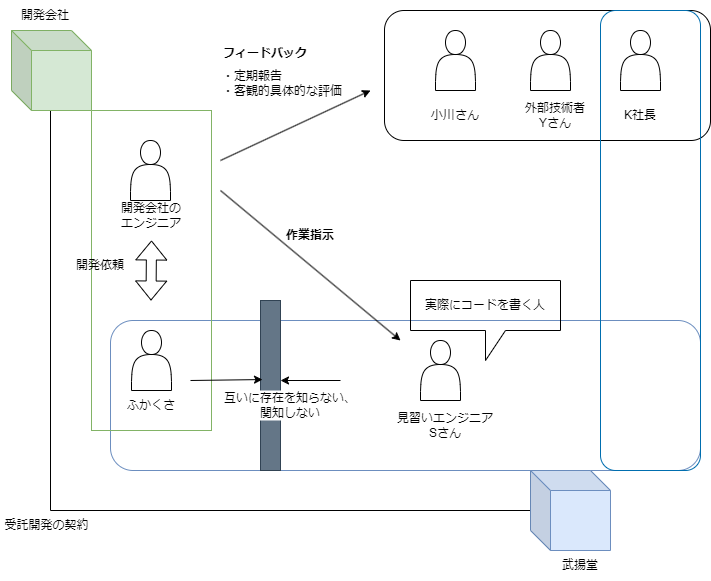
Before: 提案概要.drawio.png, a diagram exported from draw.io (buyodo/webgis-doc). Source tidied: cells renumbered, new cells last; positions are measured from the earlier drawing's top-left corner, leaving out a move shared by most shapes.
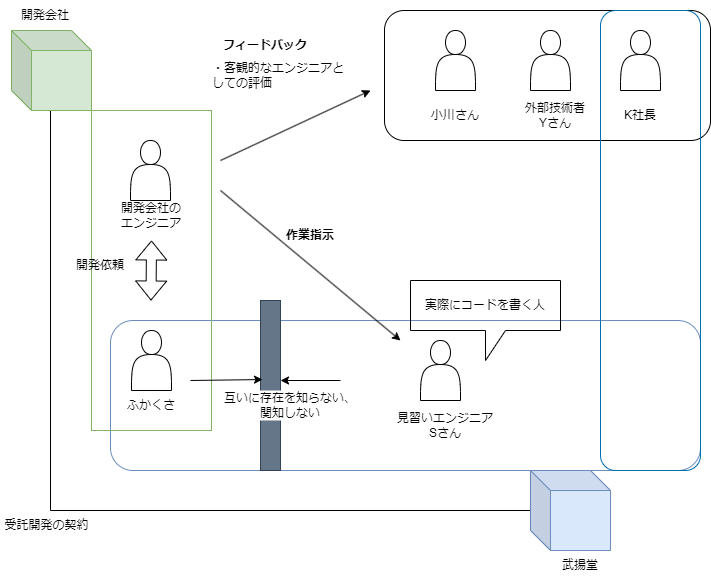
Later version of the same file.

Commit message:
提案概要.drawio.png を更新します

Diff of the diagram source:
```diff
@@ -72,7 +72,7 @@
       <mxGeometry x="620" y="30" width="40" height="60" as="geometry" />
     </mxCell>
     <mxCell id="22" value="フィードバック" style="text;html=1;strokeColor=none;fillColor=none;align=center;verticalAlign=middle;whiteSpace=wrap;rounded=0;fontStyle=1;" parent="1" vertex="1">
-      <mxGeometry x="220" y="37.5" width="90" height="30" as="geometry" />
+      <mxGeometry x="220" y="30" width="90" height="30" as="geometry" />
     </mxCell>
     <mxCell id="23" style="rounded=1;whiteSpace=wrap;html=1;fillColor=none;" parent="1" vertex="1">
       <mxGeometry x="384" y="10" width="326" height="130" as="geometry" />
@@ -115,8 +115,8 @@
     <mxCell id="34" value="実際にコードを書く人" style="shape=callout;whiteSpace=wrap;html=1;perimeter=calloutPerimeter;fillColor=none;" parent="1" vertex="1">
       <mxGeometry x="410" y="280" width="150" height="80" as="geometry" />
     </mxCell>
-    <mxCell id="35" value="・定期報告&lt;br&gt;・客観的具体的な評価" style="text;html=1;strokeColor=none;fillColor=none;align=left;verticalAlign=middle;whiteSpace=wrap;rounded=0;" parent="1" vertex="1">
-      <mxGeometry x="220" y="67.5" width="140" height="30" as="geometry" />
+    <mxCell id="35" value="・客観的なエンジニアとしての評価" style="text;html=1;strokeColor=none;fillColor=none;align=left;verticalAlign=middle;whiteSpace=wrap;rounded=0;" parent="1" vertex="1">
+      <mxGeometry x="210" y="53.8" width="140" height="42.5" as="geometry" />
     </mxCell>
   </root>
 </mxGraphModel>
```
